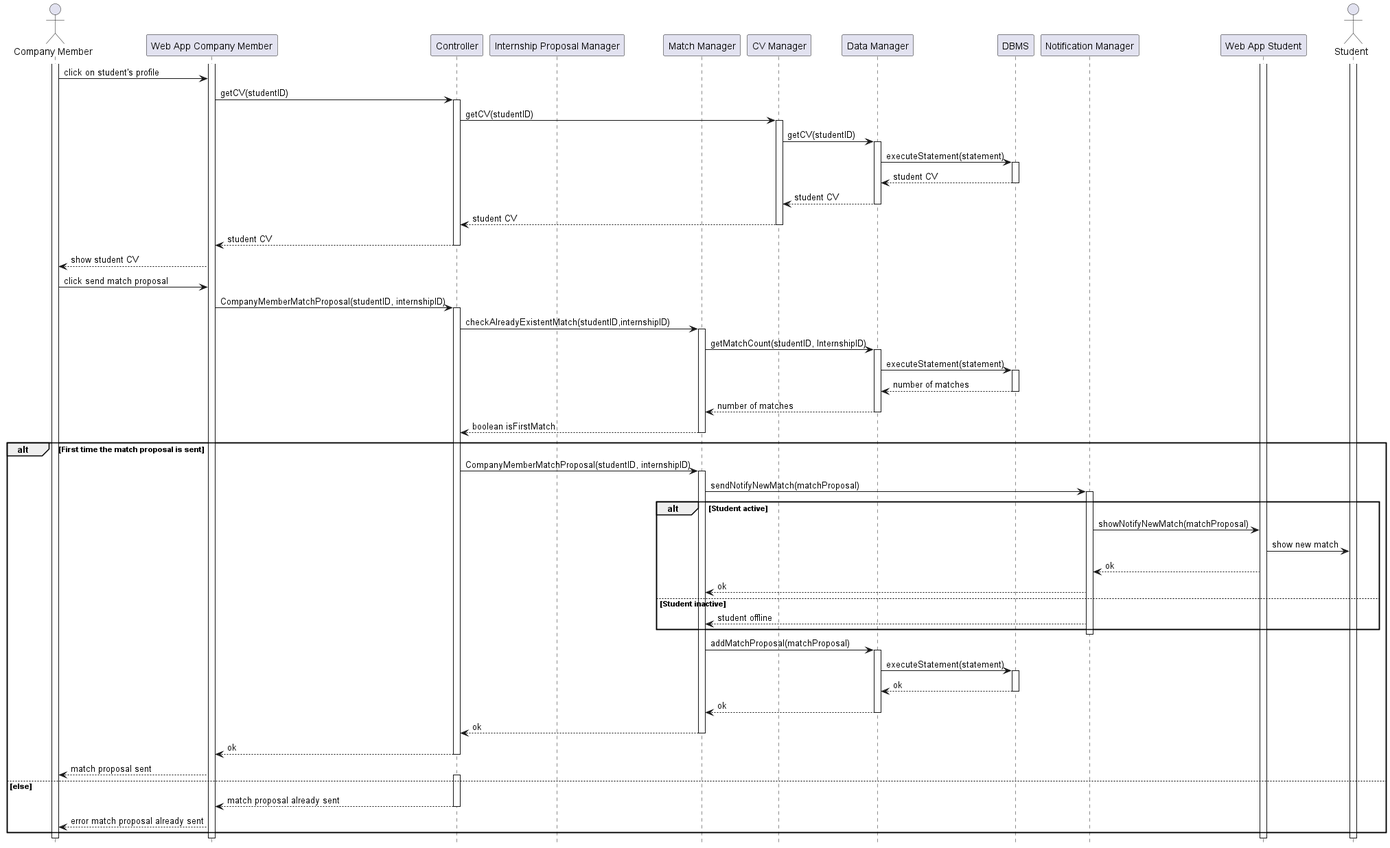
The PlantUML diagram DD/Architectural_design/uml_diagrams/RV17_diagram.png in matti8702/R_and_DD_project_SE2, before a commit. The source it was exported from:
```plantuml
@startuml RV17_diagram
hide footbox

actor "Company Member" as CM
participant "Web App Company Member" as W
participant "Controller" AS C
participant "Internship Proposal Manager" as IP
participant "Match Manager" as M
participant "CV Manager" as CV
participant "Data Manager" as DM
participant "DBMS" as RD
participant "Notification Manager" as NM
participant "Web App Student" as WA
actor "Student" as S




activate S
activate W
activate CM
activate WA

CM -> W: click on student's profile

W ->C: getCV(studentID)
activate C

C -> CV: getCV(studentID)
activate CV
CV -> DM: getCV(studentID)
activate DM
DM -> RD: executeStatement(statement)
activate RD
RD --> DM: student CV
deactivate RD
DM --> CV: student CV
deactivate DM
CV --> C: student CV
deactivate CV
C --> W: student CV
deactivate C
W --> CM: show student CV

CM -> W: click send match proposal

W -> C: CompanyMemberMatchProposal(studentID, internshipID)
activate C
C -> M: checkAlreadyExistentMatch(studentID,internshipID)
activate M

M -> DM: getMatchCount(studentID, InternshipID)
activate DM
DM -> RD: executeStatement(statement)
activate RD
RD --> DM: number of matches
deactivate RD
DM --> M: number of matches
deactivate DM
M --> C: boolean isFirstMatch
deactivate M

alt First time the match proposal is sent

    C -> M: CompanyMemberMatchProposal(studentID, internshipID)
    activate M

    M -> NM: sendNotifyNewMatch(matchProposal)
    activate NM
    alt Student active
        NM -> WA: showNotifyNewMatch(matchProposal)
        WA -> S: show new match
        WA --> NM: ok
        NM --> M: ok
    else Student inactive
        NM --> M: student offline
    end
    deactivate NM
    M -> DM: addMatchProposal(matchProposal)
    activate DM
    DM -> RD: executeStatement(statement)
    activate RD
    RD --> DM: ok
    deactivate RD
    DM --> M: ok
    deactivate DM
    M --> C: ok
    deactivate M
    C --> W: ok
    deactivate C
    W --> CM: match proposal sent
else else
    activate C
    C --> W: match proposal already sent
    deactivate C
    W --> CM: error match proposal already sent
end

@enduml
```
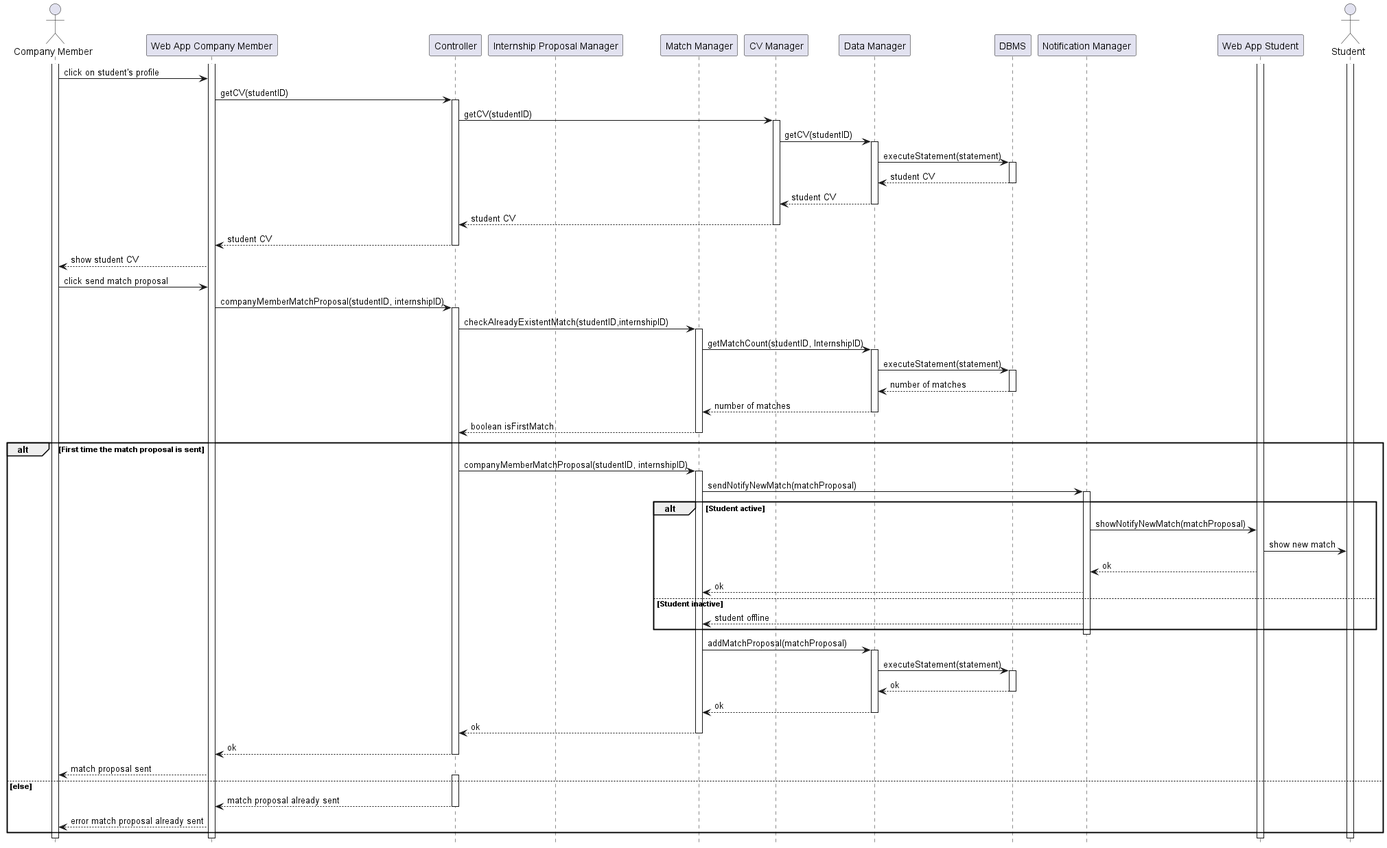
The same file after the commit.

Commit message:
fix: fix typo in RV17 diagram

Diff of the diagram source:
```diff
@@ -44,7 +44,7 @@
 
 CM -> W: click send match proposal
 
-W -> C: CompanyMemberMatchProposal(studentID, internshipID)
+W -> C: companyMemberMatchProposal(studentID, internshipID)
 activate C
 C -> M: checkAlreadyExistentMatch(studentID,internshipID)
 activate M
@@ -62,7 +62,7 @@
 
 alt First time the match proposal is sent
 
-    C -> M: CompanyMemberMatchProposal(studentID, internshipID)
+    C -> M: companyMemberMatchProposal(studentID, internshipID)
     activate M
 
     M -> NM: sendNotifyNewMatch(matchProposal)
```
